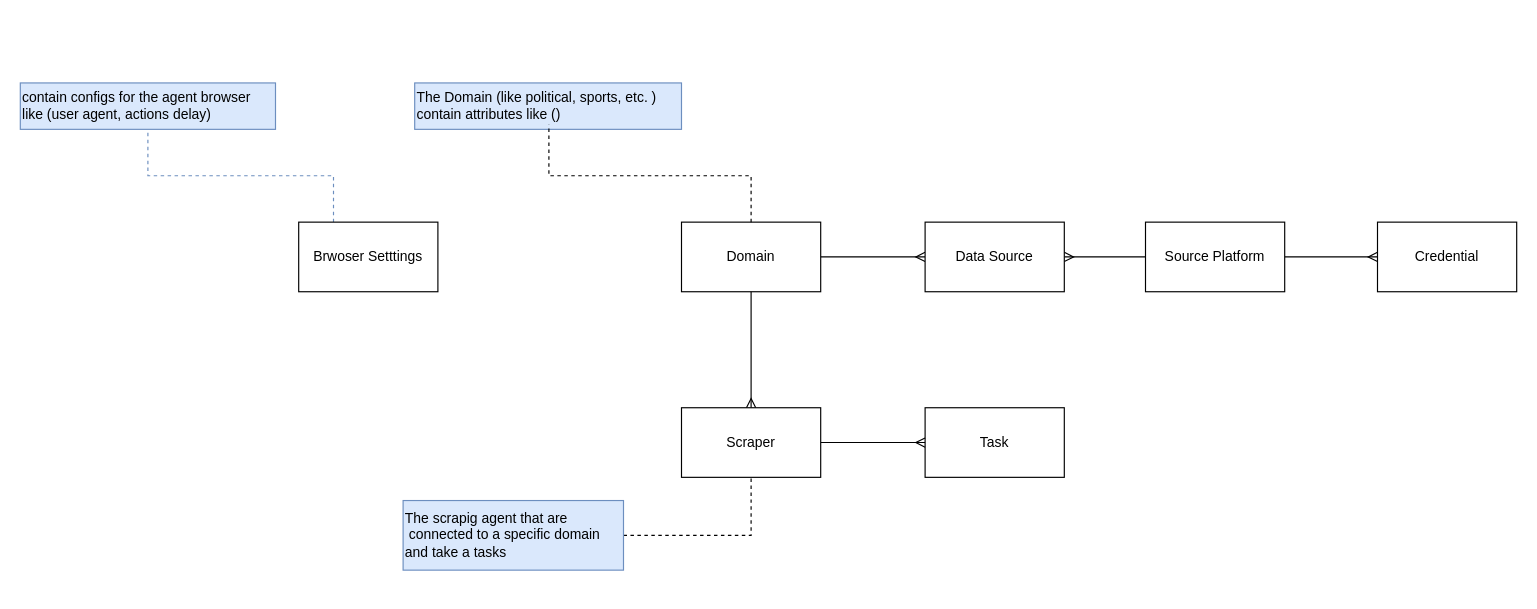
The draw.io diagram page "scaper" (6 of 12) of System Design/System Architecture.drawio in HasanKhadd0ur/GPDocs, before the edit. Source tidied: cells renumbered, new cells numbered last; positions are measured from the earlier drawing's top-left corner, leaving out a move shared by most shapes. Both pictures are drawn from the tidied source at 116%, with x=0, y=0 at pixel (20, 82).
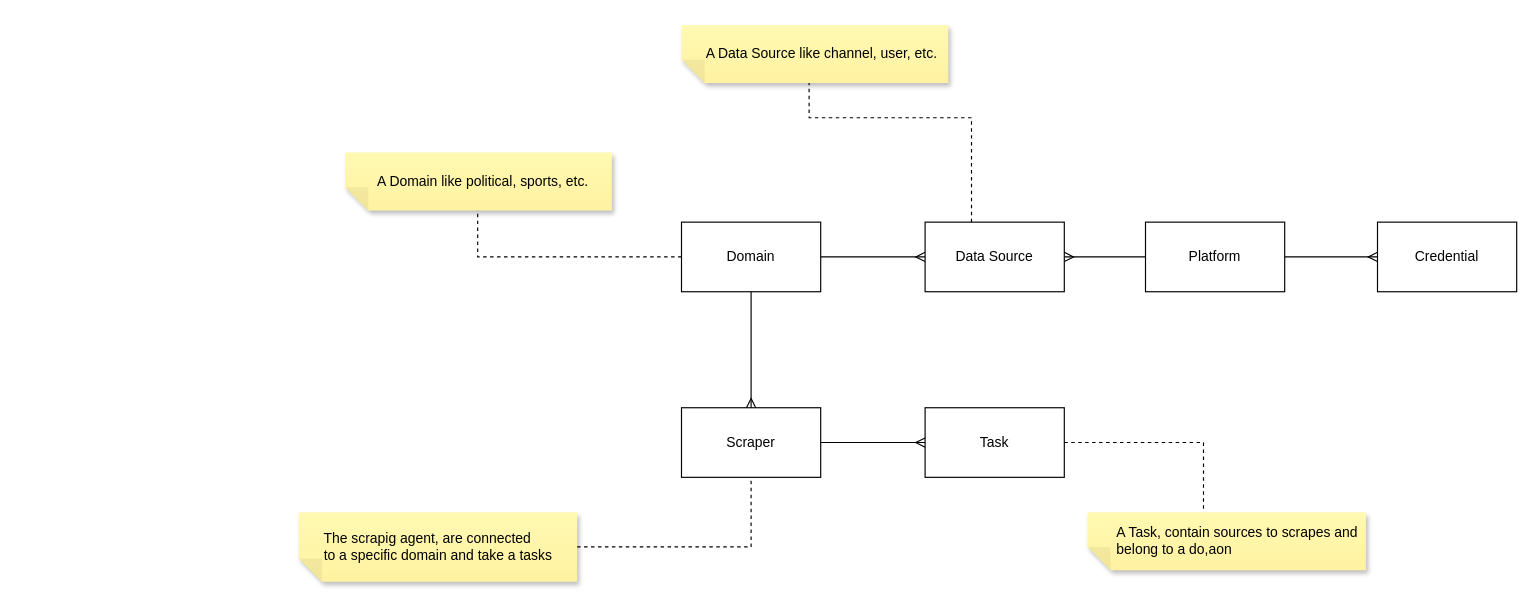
After the change.

The change refers to these unchanged cells:
```xml
<mxCell id="3" value="Domain" style="rounded=0;whiteSpace=wrap;html=1;" parent="1" vertex="1">
  <mxGeometry x="570" y="120" width="120" height="60" as="geometry" />
</mxCell>
<mxCell id="7" value="Data Source" style="rounded=0;whiteSpace=wrap;html=1;" parent="1" vertex="1">
  <mxGeometry x="780" y="120" width="120" height="60" as="geometry" />
</mxCell>
<mxCell id="9" value="Task" style="rounded=0;whiteSpace=wrap;html=1;" parent="1" vertex="1">
  <mxGeometry x="780" y="280" width="120" height="60" as="geometry" />
</mxCell>
<mxCell id="12" value="Scraper" style="rounded=0;whiteSpace=wrap;html=1;" parent="1" vertex="1">
  <mxGeometry x="570" y="280" width="120" height="60" as="geometry" />
</mxCell>
```

Diff of the diagram source:
```diff
@@
-    <mxCell id="5" value="Source Platform" style="rounded=0;whiteSpace=wrap;html=1;" parent="1" vertex="1">
+    <mxCell id="5" value="Platform" style="rounded=0;whiteSpace=wrap;html=1;" parent="1" vertex="1">
       <mxGeometry x="970" y="120" width="120" height="60" as="geometry" />
     </mxCell>
@@
-    <mxCell id="13" style="edgeStyle=orthogonalEdgeStyle;rounded=0;jettySize=auto;html=1;exitX=0.25;exitY=0;exitDx=0;exitDy=0;endArrow=none;startFill=0;dashed=1;fillColor=#dae8fc;strokeColor=#6c8ebf;" parent="1" edge="1" source="14" target="15">
-      <mxGeometry relative="1" as="geometry" />
-    </mxCell>
-    <mxCell id="14" value="Brwoser Setttings" style="rounded=0;whiteSpace=wrap;html=1;" parent="1" vertex="1">
-      <mxGeometry x="240" y="120" width="120" height="60" as="geometry" />
-    </mxCell>
-    <mxCell id="15" value="contain configs for the agent browser&lt;div&gt;like (&lt;span style=&quot;background-color: transparent; color: light-dark(rgb(0, 0, 0), rgb(255, 255, 255));&quot;&gt;user agent,&amp;nbsp;&lt;/span&gt;&lt;span style=&quot;background-color: transparent; color: light-dark(rgb(0, 0, 0), rgb(255, 255, 255));&quot;&gt;actions delay)&amp;nbsp;&lt;/span&gt;&lt;/div&gt;" style="text;html=1;align=left;verticalAlign=middle;points=[];strokeColor=#6c8ebf;fillColor=#dae8fc;" parent="1" vertex="1">
-      <mxGeometry width="220" height="40" as="geometry" />
-    </mxCell>
-    <mxCell id="16" value="The Domain (like political, sports, etc. )&lt;div&gt;contain attributes like ()&lt;/div&gt;" style="text;html=1;align=left;verticalAlign=middle;points=[];strokeColor=#6c8ebf;fillColor=#dae8fc;" parent="1" vertex="1">
-      <mxGeometry x="340" width="230" height="40" as="geometry" />
-    </mxCell>
-    <mxCell id="17" style="edgeStyle=orthogonalEdgeStyle;rounded=0;jettySize=auto;html=1;exitX=0.5;exitY=0;exitDx=0;exitDy=0;entryX=0.503;entryY=0.9;entryDx=0;entryDy=0;entryPerimeter=0;endArrow=none;startFill=0;dashed=1;" parent="1" edge="1" source="3" target="16">
-      <mxGeometry relative="1" as="geometry" />
-    </mxCell>
-    <mxCell id="18" style="edgeStyle=orthogonalEdgeStyle;rounded=0;jettySize=auto;html=1;endArrow=none;startFill=0;dashed=1;" parent="1" edge="1" source="19" target="12">
+    <mxCell id="18" style="edgeStyle=orthogonalEdgeStyle;rounded=0;jettySize=auto;html=1;endArrow=none;startFill=0;dashed=1;" parent="1" edge="1" source="20" target="12">
       <mxGeometry relative="1" as="geometry" />
     </mxCell>
-    <mxCell id="19" value="The scrapig agent&amp;nbsp;&lt;span style=&quot;background-color: transparent; color: light-dark(rgb(0, 0, 0), rgb(255, 255, 255));&quot;&gt;that are&lt;/span&gt;&lt;div&gt;&lt;span style=&quot;background-color: transparent; color: light-dark(rgb(0, 0, 0), rgb(255, 255, 255));&quot;&gt;&amp;nbsp;connected to a specific domain&amp;nbsp;&lt;/span&gt;&lt;/div&gt;&lt;div&gt;&lt;span style=&quot;background-color: transparent; color: light-dark(rgb(0, 0, 0), rgb(255, 255, 255));&quot;&gt;and take a tasks&amp;nbsp;&lt;/span&gt;&lt;/div&gt;" style="text;html=1;align=left;verticalAlign=middle;points=[];strokeColor=#6c8ebf;fillColor=#dae8fc;" parent="1" vertex="1">
-      <mxGeometry x="330" y="360" width="190" height="60" as="geometry" />
-    </mxCell>
+    <mxCell id="20" value="&lt;span style=&quot;background-color: transparent; color: light-dark(rgb(0, 0, 0), rgb(237, 237, 237)); text-wrap-mode: nowrap;&quot;&gt;&amp;nbsp; &amp;nbsp; &amp;nbsp; The scrapig agent,&amp;nbsp;&lt;/span&gt;&lt;span style=&quot;background-color: transparent; color: light-dark(rgb(0, 0, 0), rgb(255, 255, 255)); text-wrap-mode: nowrap;&quot;&gt;are&amp;nbsp;&lt;/span&gt;&lt;span style=&quot;background-color: transparent; color: light-dark(rgb(0, 0, 0), rgb(255, 255, 255)); text-wrap-mode: nowrap;&quot;&gt;connected&lt;/span&gt;&lt;div&gt;&lt;span style=&quot;background-color: transparent; color: light-dark(rgb(0, 0, 0), rgb(255, 255, 255)); text-wrap-mode: nowrap;&quot;&gt;&amp;nbsp; &amp;nbsp; &amp;nbsp; to a specific domain&amp;nbsp;&lt;/span&gt;&lt;span style=&quot;background-color: transparent; color: light-dark(rgb(0, 0, 0), rgb(255, 255, 255)); text-wrap-mode: nowrap;&quot;&gt;and take a tasks&amp;nbsp;&lt;/span&gt;&lt;/div&gt;" style="shape=note;whiteSpace=wrap;html=1;backgroundOutline=1;fontColor=#000000;darkOpacity=0.05;fillColor=#FFF9B2;strokeColor=none;fillStyle=solid;direction=west;gradientDirection=north;gradientColor=#FFF2A1;shadow=1;size=20;align=left;" parent="1" vertex="1">
+      <mxGeometry x="240" y="370" width="240" height="60" as="geometry" />
+    </mxCell>
+    <mxCell id="21" style="edgeStyle=orthogonalEdgeStyle;rounded=0;jettySize=auto;html=1;entryX=0.503;entryY=0.9;entryDx=0;entryDy=0;entryPerimeter=0;endArrow=none;startFill=0;dashed=1;" parent="1" edge="1" source="3" target="22">
+      <mxGeometry relative="1" as="geometry">
+        <Array as="points">
+          <mxPoint x="394" y="150" />
+        </Array>
+      </mxGeometry>
+    </mxCell>
+    <mxCell id="22" value="&lt;span style=&quot;text-wrap-mode: nowrap;&quot;&gt;&amp;nbsp; &amp;nbsp; &amp;nbsp; &amp;nbsp; A Domain like political, sports, etc.&amp;nbsp;&lt;/span&gt;" style="shape=note;whiteSpace=wrap;html=1;backgroundOutline=1;fontColor=#000000;darkOpacity=0.05;fillColor=#FFF9B2;strokeColor=none;fillStyle=solid;direction=west;gradientDirection=north;gradientColor=#FFF2A1;shadow=1;size=20;align=left;" parent="1" vertex="1">
+      <mxGeometry x="280" y="60" width="230" height="50" as="geometry" />
+    </mxCell>
+    <mxCell id="23" value="&lt;span style=&quot;text-wrap-mode: nowrap;&quot;&gt;&amp;nbsp; &amp;nbsp; &amp;nbsp; A Data Source like channel, user, etc.&lt;/span&gt;" style="shape=note;whiteSpace=wrap;html=1;backgroundOutline=1;fontColor=#000000;darkOpacity=0.05;fillColor=#FFF9B2;strokeColor=none;fillStyle=solid;direction=west;gradientDirection=north;gradientColor=#FFF2A1;shadow=1;size=20;align=left;" parent="1" vertex="1">
+      <mxGeometry x="570" y="-50" width="230" height="50" as="geometry" />
+    </mxCell>
+    <mxCell id="24" style="edgeStyle=orthogonalEdgeStyle;rounded=0;jettySize=auto;html=1;endArrow=none;startFill=0;dashed=1;" parent="1" edge="1" source="7" target="23">
+      <mxGeometry relative="1" as="geometry">
+        <Array as="points">
+          <mxPoint x="820" y="30" />
+          <mxPoint x="680" y="30" />
+        </Array>
+      </mxGeometry>
+    </mxCell>
+    <mxCell id="25" value="&lt;span style=&quot;text-wrap-mode: nowrap;&quot;&gt;&amp;nbsp; &amp;nbsp; &amp;nbsp; &amp;nbsp;A Task, contain sources to scrapes and&lt;/span&gt;&lt;div&gt;&lt;span style=&quot;text-wrap-mode: nowrap;&quot;&gt;&amp;nbsp; &amp;nbsp; &amp;nbsp; &amp;nbsp;belong to a do,aon&lt;/span&gt;&lt;/div&gt;" style="shape=note;whiteSpace=wrap;html=1;backgroundOutline=1;fontColor=#000000;darkOpacity=0.05;fillColor=#FFF9B2;strokeColor=none;fillStyle=solid;direction=west;gradientDirection=north;gradientColor=#FFF2A1;shadow=1;size=20;align=left;" parent="1" vertex="1">
+      <mxGeometry x="920" y="370" width="240" height="50" as="geometry" />
+    </mxCell>
+    <mxCell id="26" style="edgeStyle=orthogonalEdgeStyle;rounded=0;jettySize=auto;html=1;endArrow=none;startFill=0;dashed=1;" parent="1" edge="1" source="9" target="25">
+      <mxGeometry relative="1" as="geometry">
+        <Array as="points">
+          <mxPoint x="1020" y="310" />
+        </Array>
+      </mxGeometry>
+    </mxCell>
```
